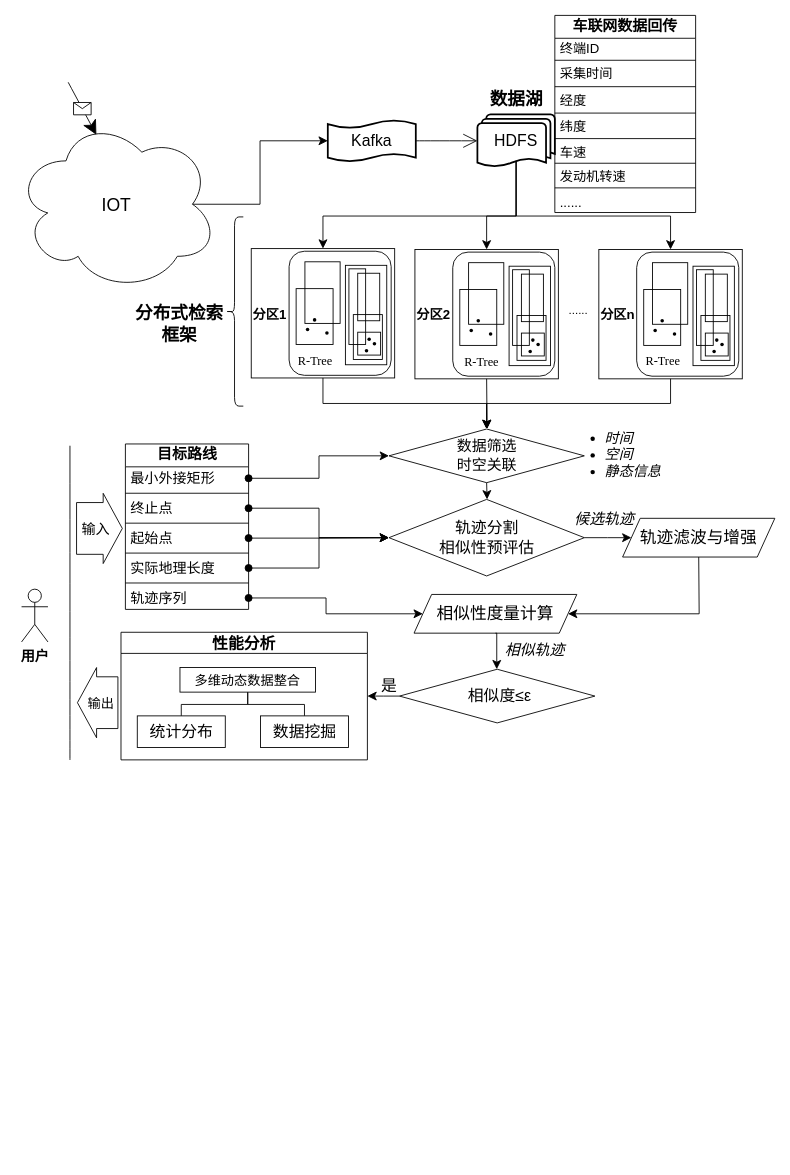
This is 专利1.drawio from wangwuhua11/draw, a draw.io file, before an edit. Source tidied: cells renumbered, new cells numbered last; positions are measured from the earlier drawing's top-left corner, leaving out a move shared by most shapes. Both pictures are drawn from the tidied source at 88%, with x=0, y=0 at pixel (15, 15).
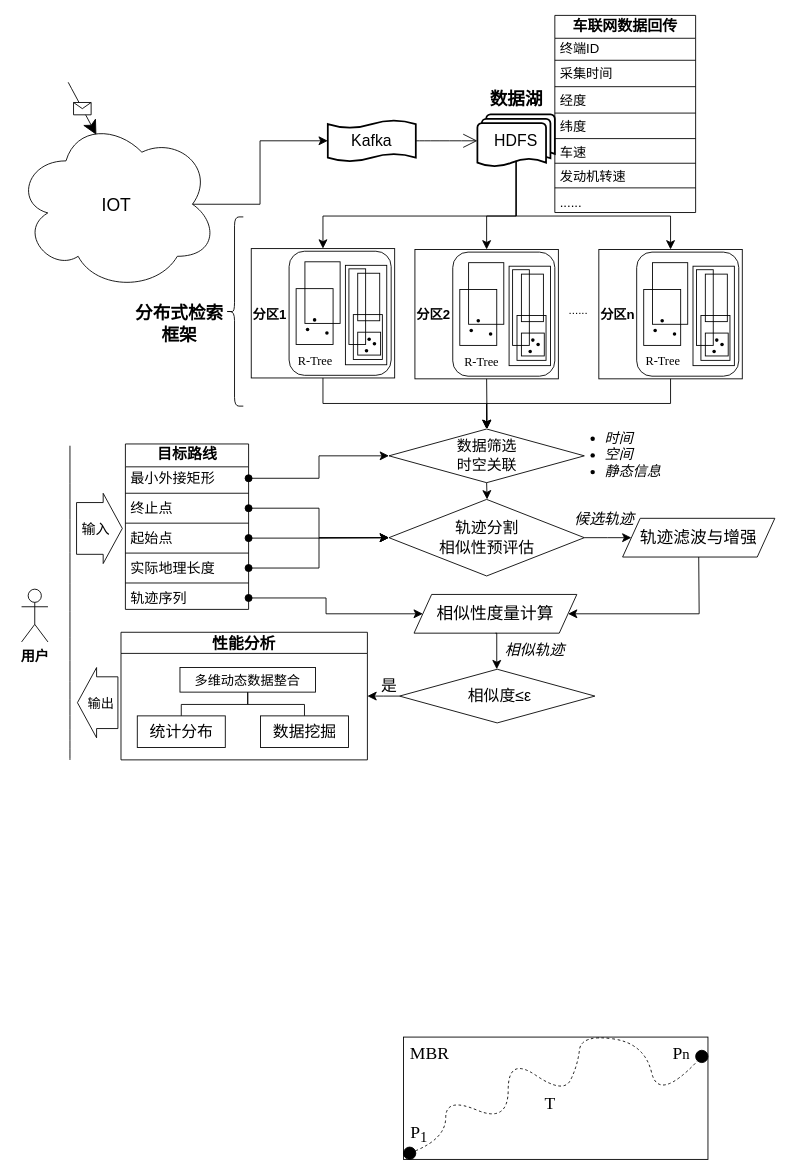
Above is the later version.

What changed in the source:
```diff
@@
+    <mxCell id="128" style="rounded=0;whiteSpace=wrap;html=1;fontFamily=Architects Daughter;" parent="1" vertex="1">
+      <mxGeometry x="441" y="1161" width="346" height="139" as="geometry" />
+    </mxCell>
@@
+    <mxCell id="129" style="curved=1;endArrow=oval;html=1;rounded=0;fontFamily=Architects Daughter;fontSize=16;startSize=14;endSize=14;sourcePerimeterSpacing=8;targetPerimeterSpacing=8;endFill=1;startArrow=oval;startFill=1;dashed=1;" parent="1" edge="1">
+      <mxGeometry relative="1" as="geometry">
+        <mxPoint x="448" y="1293" as="sourcePoint" />
+        <mxPoint x="780" y="1183" as="targetPoint" />
+        <Array as="points">
+          <mxPoint x="489" y="1276" />
+          <mxPoint x="489" y="1229" />
+          <mxPoint x="560" y="1259" />
+          <mxPoint x="560" y="1183" />
+          <mxPoint x="623" y="1226" />
+          <mxPoint x="639" y="1193" />
+          <mxPoint x="643" y="1158" />
+          <mxPoint x="715" y="1168" />
+          <mxPoint x="731" y="1235" />
+        </Array>
+      </mxGeometry>
+    </mxCell>
+    <mxCell id="130" value="&lt;font face=&quot;Times New Roman&quot;&gt;P&lt;sub&gt;1&lt;/sub&gt;&lt;/font&gt;" style="text;strokeColor=none;fillColor=none;html=1;align=center;verticalAlign=middle;whiteSpace=wrap;rounded=0;fontSize=20;fontFamily=Architects Daughter;" parent="1" vertex="1">
+      <mxGeometry x="429" y="1256" width="60" height="30" as="geometry" />
+    </mxCell>
+    <mxCell id="131" value="&lt;font face=&quot;Times New Roman&quot;&gt;P&lt;span style=&quot;font-size: 16.6667px;&quot;&gt;n&lt;/span&gt;&lt;/font&gt;" style="text;strokeColor=none;fillColor=none;html=1;align=center;verticalAlign=middle;whiteSpace=wrap;rounded=0;fontSize=20;fontFamily=Architects Daughter;" parent="1" vertex="1">
+      <mxGeometry x="727" y="1164" width="60" height="30" as="geometry" />
+    </mxCell>
+    <mxCell id="132" value="&lt;font face=&quot;Times New Roman&quot;&gt;MBR&lt;/font&gt;" style="text;strokeColor=none;fillColor=none;html=1;align=center;verticalAlign=middle;whiteSpace=wrap;rounded=0;fontSize=20;fontFamily=Architects Daughter;" parent="1" vertex="1">
+      <mxGeometry x="441" y="1164" width="60" height="30" as="geometry" />
+    </mxCell>
+    <mxCell id="133" value="&lt;font face=&quot;Times New Roman&quot;&gt;T&lt;/font&gt;" style="text;strokeColor=none;fillColor=none;html=1;align=center;verticalAlign=middle;whiteSpace=wrap;rounded=0;fontSize=20;fontFamily=Architects Daughter;" parent="1" vertex="1">
+      <mxGeometry x="578" y="1221" width="60" height="30" as="geometry" />
+    </mxCell>
```
